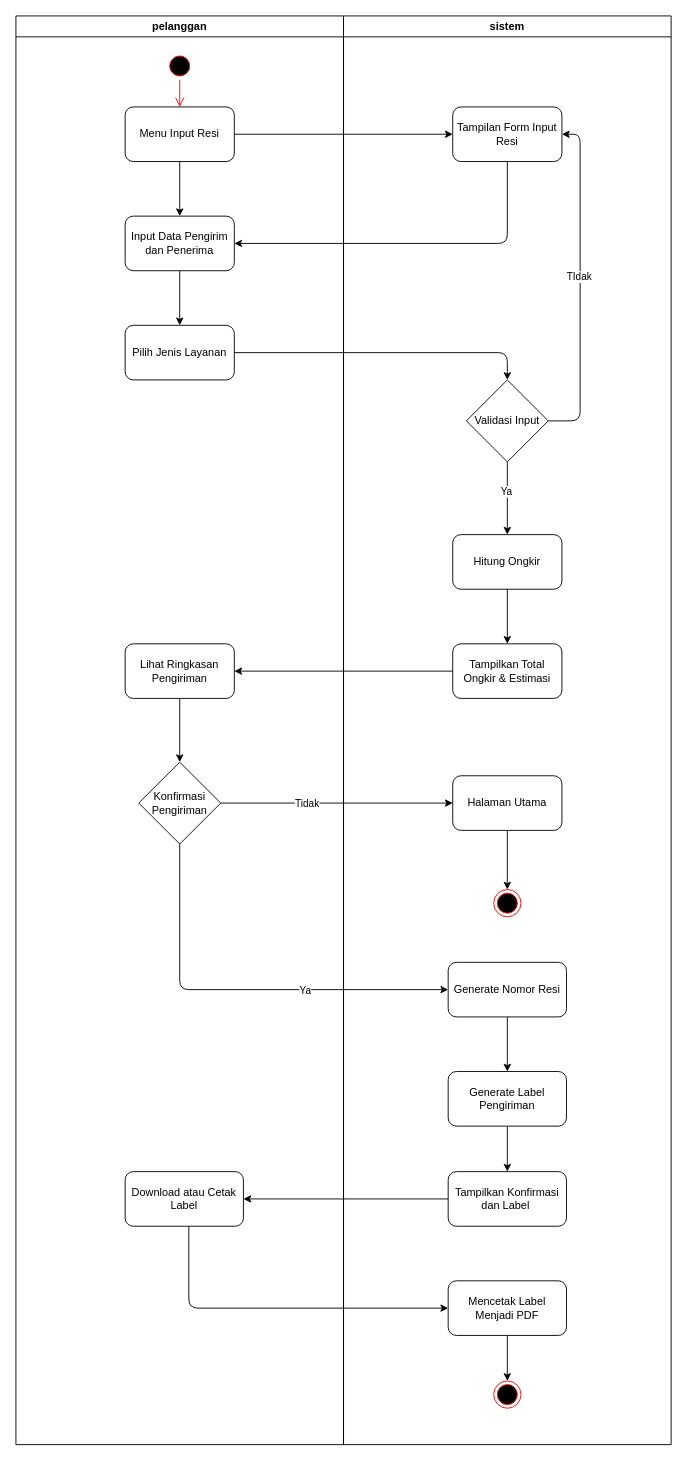
Earlier version of the draw.io diagram input-resi(pembuatan-paket).drawio (SiWahyu/Logistik-UML). Source tidied: cells renumbered, new cells numbered last; positions are measured from the earlier drawing's top-left corner, leaving out a move shared by most shapes. Both pictures are drawn from the tidied source at 91%, with x=0, y=0 at pixel (15, 15).
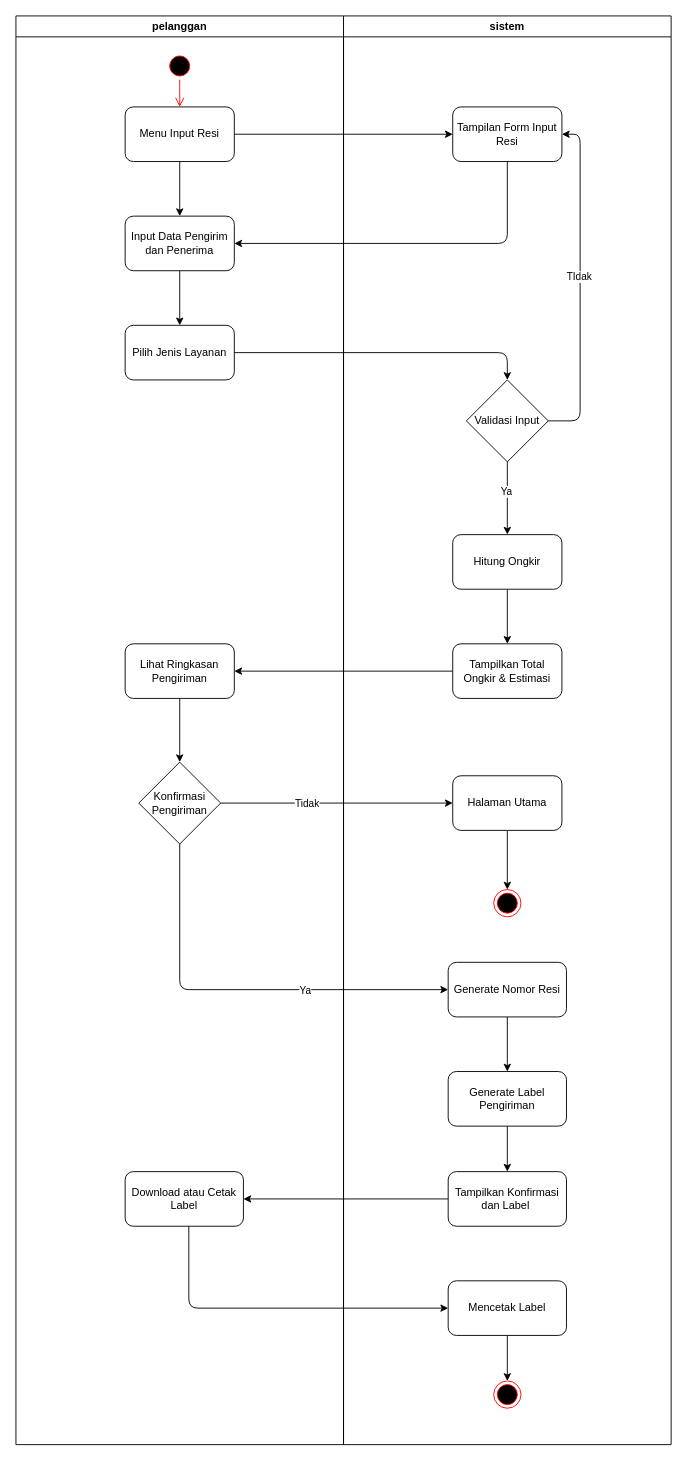
After the change.

Commit message:
update text cetak label

The change refers to these unchanged cells:
```xml
<mxCell id="14" value="sistem" style="swimlane;whiteSpace=wrap;html=1;" parent="1" vertex="1">
  <mxGeometry x="360" width="360" height="1570" as="geometry" />
</mxCell>
```

What changed in the source:
```diff
@@
-    <mxCell id="33" value="Mencetak Label Menjadi PDF" style="rounded=1;whiteSpace=wrap;html=1;" parent="14" vertex="1">
+    <mxCell id="33" value="Mencetak Label" style="rounded=1;whiteSpace=wrap;html=1;" parent="14" vertex="1">
       <mxGeometry x="115" y="1390" width="130" height="60" as="geometry" />
     </mxCell>
```
